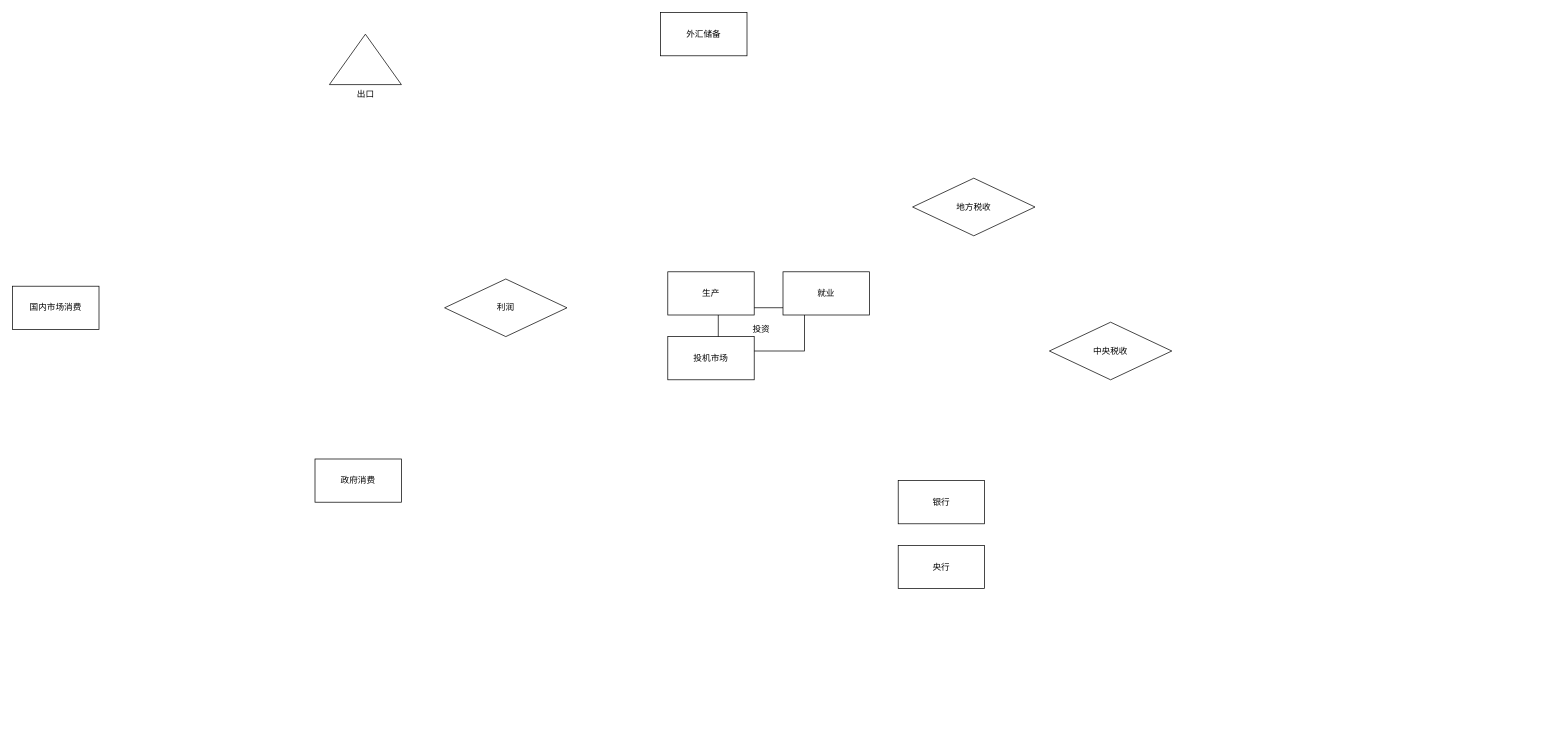
The draw.io diagram Untitled Diagram.drawio in BlackKing-Dio/doc, before the edit. Source tidied: cells renumbered, new cells numbered last; positions are measured from the earlier drawing's top-left corner, leaving out a move shared by most shapes. Both pictures are drawn from the tidied source at 72%, with x=0, y=0 at pixel (12, 12).
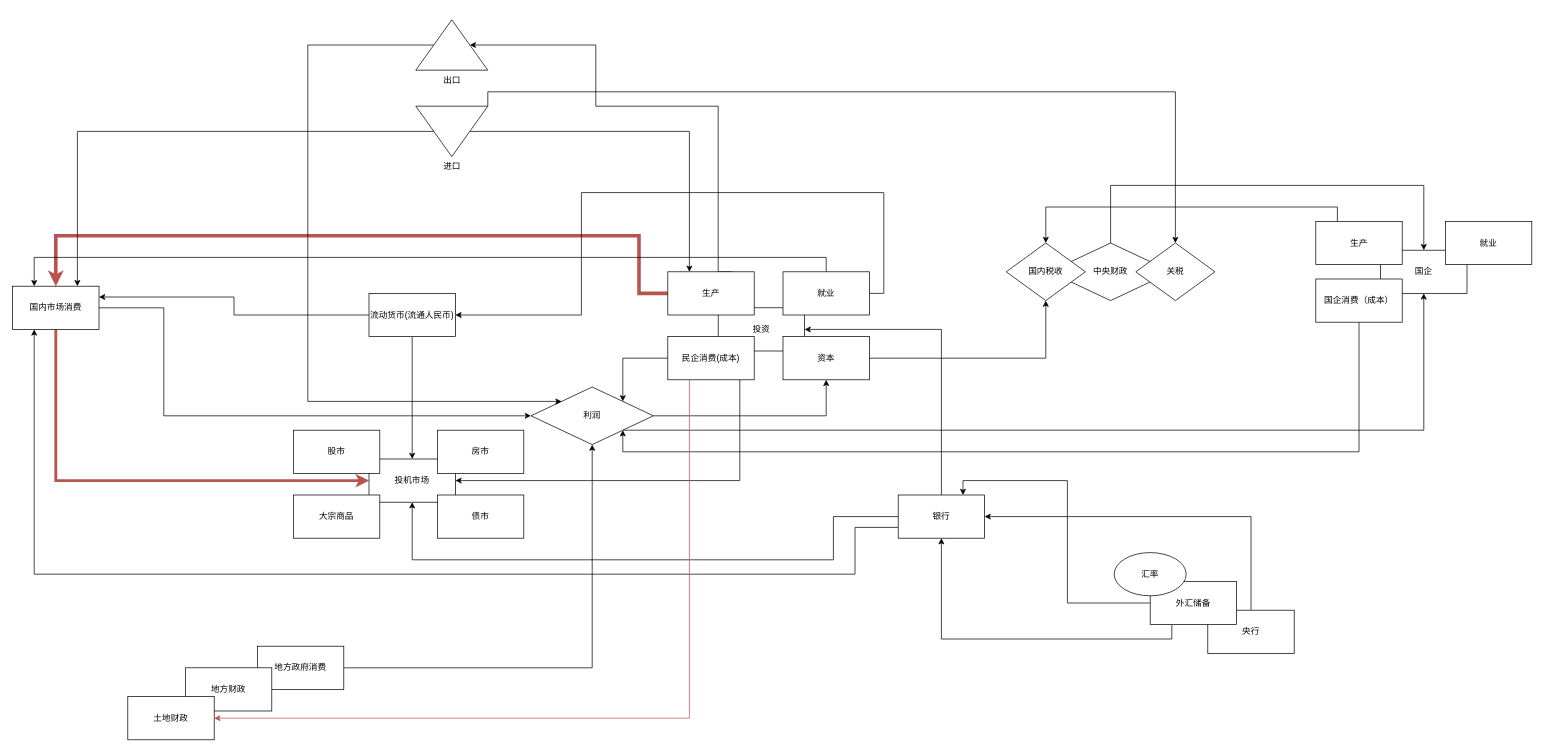
The same diagram, later.

Unchanged cells that the change refers to:
```xml
<mxCell id="2" value="国内市场消费" style="rounded=0;whiteSpace=wrap;html=1;" parent="1" vertex="1">
  <mxGeometry y="380" width="120" height="60" as="geometry" />
</mxCell>
<mxCell id="3" value="投资" style="rounded=0;whiteSpace=wrap;html=1;" parent="1" vertex="1">
  <mxGeometry x="980" y="410" width="120" height="60" as="geometry" />
</mxCell>
<mxCell id="5" value="生产" style="rounded=0;whiteSpace=wrap;html=1;" parent="1" vertex="1">
  <mxGeometry x="910" y="360" width="120" height="60" as="geometry" />
</mxCell>
<mxCell id="13" value="就业" style="rounded=0;whiteSpace=wrap;html=1;" parent="1" vertex="1">
  <mxGeometry x="1070" y="360" width="120" height="60" as="geometry" />
</mxCell>
```

The edit, as a diff of the source:
```diff
@@
+    <mxCell id="15" style="edgeStyle=orthogonalEdgeStyle;rounded=0;jettySize=auto;html=1;exitX=1;exitY=0.5;exitDx=0;exitDy=0;entryX=0;entryY=0.5;entryDx=0;entryDy=0;strokeWidth=1;" parent="1" edge="1" source="2" target="6">
+      <mxGeometry relative="1" as="geometry">
+        <Array as="points">
+          <mxPoint x="210" y="410" />
+          <mxPoint x="210" y="560" />
+        </Array>
+      </mxGeometry>
+    </mxCell>
+    <mxCell id="16" style="edgeStyle=orthogonalEdgeStyle;rounded=0;jettySize=auto;html=1;exitX=0.5;exitY=1;exitDx=0;exitDy=0;entryX=0;entryY=0.5;entryDx=0;entryDy=0;fillColor=#f8cecc;strokeColor=#b85450;strokeWidth=4;" parent="1" edge="1" source="2" target="10">
+      <mxGeometry relative="1" as="geometry" />
+    </mxCell>
@@
+    <mxCell id="17" style="edgeStyle=orthogonalEdgeStyle;rounded=0;jettySize=auto;html=1;exitX=0.25;exitY=1;exitDx=0;exitDy=0;entryX=1;entryY=0.5;entryDx=0;entryDy=0;" parent="1" edge="1" source="3" target="10">
+      <mxGeometry relative="1" as="geometry" />
+    </mxCell>
@@
+    <mxCell id="18" style="edgeStyle=orthogonalEdgeStyle;rounded=0;jettySize=auto;html=1;exitX=1;exitY=0.5;exitDx=0;exitDy=0;entryX=0.5;entryY=1;entryDx=0;entryDy=0;" parent="1" edge="1" source="4" target="6">
+      <mxGeometry relative="1" as="geometry" />
+    </mxCell>
-    <mxCell id="4" value="政府消费" style="rounded=0;whiteSpace=wrap;html=1;" parent="1" vertex="1">
-      <mxGeometry x="420" y="620" width="120" height="60" as="geometry" />
+    <mxCell id="4" value="地方政府消费" style="rounded=0;whiteSpace=wrap;html=1;" parent="1" vertex="1">
+      <mxGeometry x="340" y="880" width="120" height="60" as="geometry" />
     </mxCell>
+    <mxCell id="19" style="edgeStyle=orthogonalEdgeStyle;rounded=0;jettySize=auto;html=1;exitX=0.75;exitY=0;exitDx=0;exitDy=0;entryX=0;entryY=0;entryDx=75;entryDy=35;entryPerimeter=0;" parent="1" edge="1" source="5" target="9">
+      <mxGeometry relative="1" as="geometry">
+        <Array as="points">
+          <mxPoint x="980" y="360" />
+          <mxPoint x="980" y="130" />
+          <mxPoint x="810" y="130" />
+          <mxPoint x="810" y="45" />
+        </Array>
+      </mxGeometry>
+    </mxCell>
+    <mxCell id="20" style="edgeStyle=orthogonalEdgeStyle;rounded=0;jettySize=auto;html=1;exitX=0;exitY=0.5;exitDx=0;exitDy=0;fillColor=#f8cecc;strokeColor=#b85450;strokeWidth=5;" parent="1" edge="1" source="5" target="2">
+      <mxGeometry relative="1" as="geometry">
+        <Array as="points">
+          <mxPoint x="870" y="390" />
+          <mxPoint x="870" y="310" />
+          <mxPoint x="60" y="310" />
+        </Array>
+      </mxGeometry>
+    </mxCell>
@@
+    <mxCell id="21" style="edgeStyle=orthogonalEdgeStyle;rounded=0;jettySize=auto;html=1;exitX=1;exitY=0.5;exitDx=0;exitDy=0;entryX=0.5;entryY=1;entryDx=0;entryDy=0;" parent="1" edge="1" source="6" target="42">
+      <mxGeometry relative="1" as="geometry">
+        <Array as="points">
+          <mxPoint x="1130" y="560" />
+        </Array>
+      </mxGeometry>
+    </mxCell>
+    <mxCell id="22" style="edgeStyle=orthogonalEdgeStyle;rounded=0;jettySize=auto;html=1;exitX=1;exitY=1;exitDx=0;exitDy=0;" parent="1" edge="1" source="6" target="47">
+      <mxGeometry relative="1" as="geometry" />
+    </mxCell>
     <mxCell id="6" value="利润" style="rhombus;whiteSpace=wrap;html=1;" parent="1" vertex="1">
-      <mxGeometry x="600" y="370" width="170" height="80" as="geometry" />
+      <mxGeometry x="720" y="520" width="170" height="80" as="geometry" />
     </mxCell>
-    <mxCell id="7" value="地方税收" style="rhombus;whiteSpace=wrap;html=1;" parent="1" vertex="1">
-      <mxGeometry x="1250" y="230" width="170" height="80" as="geometry" />
-    </mxCell>
+    <mxCell id="23" style="edgeStyle=orthogonalEdgeStyle;rounded=0;jettySize=auto;html=1;exitX=0.5;exitY=0;exitDx=0;exitDy=0;entryX=0.5;entryY=0;entryDx=0;entryDy=0;" parent="1" edge="1" source="8" target="47">
+      <mxGeometry relative="1" as="geometry">
+        <Array as="points">
+          <mxPoint x="1525" y="240" />
+          <mxPoint x="1960" y="240" />
+        </Array>
+      </mxGeometry>
+    </mxCell>
-    <mxCell id="8" value="中央税收" style="rhombus;whiteSpace=wrap;html=1;" parent="1" vertex="1">
-      <mxGeometry x="1440" y="430" width="170" height="80" as="geometry" />
+    <mxCell id="8" value="中央财政" style="rhombus;whiteSpace=wrap;html=1;" parent="1" vertex="1">
+      <mxGeometry x="1440" y="320" width="170" height="80" as="geometry" />
     </mxCell>
+    <mxCell id="24" style="edgeStyle=orthogonalEdgeStyle;rounded=0;jettySize=auto;html=1;exitX=0;exitY=0;exitDx=25;exitDy=35;exitPerimeter=0;entryX=0;entryY=0;entryDx=0;entryDy=0;" parent="1" edge="1" source="9" target="6">
+      <mxGeometry relative="1" as="geometry">
+        <Array as="points">
+          <mxPoint x="410" y="45" />
+          <mxPoint x="410" y="540" />
+        </Array>
+      </mxGeometry>
+    </mxCell>
     <mxCell id="9" value="出口" style="verticalLabelPosition=bottom;verticalAlign=top;html=1;shape=mxgraph.basic.acute_triangle;dx=0.5;" parent="1" vertex="1">
-      <mxGeometry x="440" y="30" width="100" height="70" as="geometry" />
+      <mxGeometry x="560" y="10" width="100" height="70" as="geometry" />
     </mxCell>
     <mxCell id="10" value="投机市场" style="rounded=0;whiteSpace=wrap;html=1;" parent="1" vertex="1">
-      <mxGeometry x="910" y="450" width="120" height="60" as="geometry" />
+      <mxGeometry x="495" y="620" width="120" height="60" as="geometry" />
     </mxCell>
+    <mxCell id="25" style="edgeStyle=orthogonalEdgeStyle;rounded=0;jettySize=auto;html=1;exitX=0.5;exitY=0;exitDx=0;exitDy=0;entryX=1;entryY=0.5;entryDx=0;entryDy=0;" parent="1" edge="1" source="11" target="12">
+      <mxGeometry relative="1" as="geometry" />
+    </mxCell>
     <mxCell id="11" value="央行" style="rounded=0;whiteSpace=wrap;html=1;" parent="1" vertex="1">
-      <mxGeometry x="1230" y="740" width="120" height="60" as="geometry" />
+      <mxGeometry x="1660" y="830" width="120" height="60" as="geometry" />
     </mxCell>
+    <mxCell id="26" style="edgeStyle=orthogonalEdgeStyle;rounded=0;jettySize=auto;html=1;exitX=0.5;exitY=0;exitDx=0;exitDy=0;entryX=1;entryY=0.5;entryDx=0;entryDy=0;" parent="1" edge="1" source="12" target="3">
+      <mxGeometry relative="1" as="geometry" />
+    </mxCell>
+    <mxCell id="27" style="edgeStyle=orthogonalEdgeStyle;rounded=0;jettySize=auto;html=1;exitX=0;exitY=0.5;exitDx=0;exitDy=0;entryX=0.5;entryY=1;entryDx=0;entryDy=0;" parent="1" edge="1" source="12" target="10">
+      <mxGeometry relative="1" as="geometry">
+        <Array as="points">
+          <mxPoint x="1140" y="700" />
+          <mxPoint x="1140" y="760" />
+          <mxPoint x="555" y="760" />
+        </Array>
+      </mxGeometry>
+    </mxCell>
+    <mxCell id="28" style="edgeStyle=orthogonalEdgeStyle;rounded=0;jettySize=auto;html=1;exitX=0;exitY=0.75;exitDx=0;exitDy=0;entryX=0.25;entryY=1;entryDx=0;entryDy=0;" parent="1" edge="1" source="12" target="2">
+      <mxGeometry relative="1" as="geometry">
+        <Array as="points">
+          <mxPoint x="1170" y="715" />
+          <mxPoint x="1170" y="780" />
+          <mxPoint x="30" y="780" />
+        </Array>
+      </mxGeometry>
+    </mxCell>
     <mxCell id="12" value="银行" style="rounded=0;whiteSpace=wrap;html=1;" parent="1" vertex="1">
-      <mxGeometry x="1230" y="650" width="120" height="60" as="geometry" />
+      <mxGeometry x="1230" y="670" width="120" height="60" as="geometry" />
     </mxCell>
+    <mxCell id="29" style="edgeStyle=orthogonalEdgeStyle;rounded=0;jettySize=auto;html=1;exitX=0.5;exitY=0;exitDx=0;exitDy=0;entryX=0.25;entryY=0;entryDx=0;entryDy=0;" parent="1" edge="1" source="13" target="2">
+      <mxGeometry relative="1" as="geometry" />
+    </mxCell>
+    <mxCell id="30" style="edgeStyle=orthogonalEdgeStyle;rounded=0;jettySize=auto;html=1;exitX=1;exitY=0.5;exitDx=0;exitDy=0;entryX=1;entryY=0.5;entryDx=0;entryDy=0;" parent="1" edge="1" source="13" target="45">
+      <mxGeometry relative="1" as="geometry">
+        <Array as="points">
+          <mxPoint x="1210" y="390" />
+          <mxPoint x="1210" y="250" />
+          <mxPoint x="790" y="250" />
+          <mxPoint x="790" y="420" />
+        </Array>
+      </mxGeometry>
+    </mxCell>
@@
+    <mxCell id="31" style="edgeStyle=orthogonalEdgeStyle;rounded=0;jettySize=auto;html=1;entryX=0.75;entryY=0;entryDx=0;entryDy=0;" parent="1" edge="1" source="14" target="12">
+      <mxGeometry relative="1" as="geometry" />
+    </mxCell>
+    <mxCell id="32" style="edgeStyle=orthogonalEdgeStyle;rounded=0;jettySize=auto;html=1;exitX=0.25;exitY=1;exitDx=0;exitDy=0;entryX=0.5;entryY=1;entryDx=0;entryDy=0;" parent="1" edge="1" source="14" target="12">
+      <mxGeometry relative="1" as="geometry" />
+    </mxCell>
     <mxCell id="14" value="外汇储备" style="rounded=0;whiteSpace=wrap;html=1;" parent="1" vertex="1">
-      <mxGeometry x="900" width="120" height="60" as="geometry" />
+      <mxGeometry x="1580" y="790" width="120" height="60" as="geometry" />
     </mxCell>
+    <mxCell id="33" value="地方财政" style="rounded=0;whiteSpace=wrap;html=1;" parent="1" vertex="1">
+      <mxGeometry x="240" y="910" width="120" height="60" as="geometry" />
+    </mxCell>
+    <mxCell id="34" value="土地财政" style="rounded=0;whiteSpace=wrap;html=1;" parent="1" vertex="1">
+      <mxGeometry x="160" y="950" width="120" height="60" as="geometry" />
+    </mxCell>
+    <mxCell id="35" value="关税" style="rhombus;whiteSpace=wrap;html=1;" parent="1" vertex="1">
+      <mxGeometry x="1560" y="320" width="110" height="80" as="geometry" />
+    </mxCell>
+    <mxCell id="36" value="国内税收" style="rhombus;whiteSpace=wrap;html=1;" parent="1" vertex="1">
+      <mxGeometry x="1380" y="320" width="110" height="80" as="geometry" />
+    </mxCell>
+    <mxCell id="37" style="edgeStyle=orthogonalEdgeStyle;rounded=0;jettySize=auto;html=1;exitX=0;exitY=0;exitDx=25;exitDy=35;exitPerimeter=0;entryX=0.25;entryY=0;entryDx=0;entryDy=0;" parent="1" edge="1" source="40" target="5">
+      <mxGeometry relative="1" as="geometry" />
+    </mxCell>
+    <mxCell id="38" style="edgeStyle=orthogonalEdgeStyle;rounded=0;jettySize=auto;html=1;exitX=0;exitY=0;exitDx=75;exitDy=35;exitPerimeter=0;entryX=0.75;entryY=0;entryDx=0;entryDy=0;" parent="1" edge="1" source="40" target="2">
+      <mxGeometry relative="1" as="geometry" />
+    </mxCell>
+    <mxCell id="39" style="edgeStyle=orthogonalEdgeStyle;rounded=0;jettySize=auto;html=1;exitX=0;exitY=1;exitDx=0;exitDy=0;exitPerimeter=0;" parent="1" edge="1" source="40" target="35">
+      <mxGeometry relative="1" as="geometry" />
+    </mxCell>
+    <mxCell id="40" value="进口" style="verticalLabelPosition=bottom;verticalAlign=top;html=1;shape=mxgraph.basic.acute_triangle;dx=0.5;direction=west;" parent="1" vertex="1">
+      <mxGeometry x="560" y="130" width="100" height="70" as="geometry" />
+    </mxCell>
+    <mxCell id="41" style="edgeStyle=orthogonalEdgeStyle;rounded=0;jettySize=auto;html=1;exitX=1;exitY=0.5;exitDx=0;exitDy=0;entryX=0.5;entryY=1;entryDx=0;entryDy=0;" parent="1" edge="1" source="42" target="36">
+      <mxGeometry relative="1" as="geometry" />
+    </mxCell>
+    <mxCell id="42" value="资本" style="rounded=0;whiteSpace=wrap;html=1;" parent="1" vertex="1">
+      <mxGeometry x="1070" y="450" width="120" height="60" as="geometry" />
+    </mxCell>
+    <mxCell id="43" style="edgeStyle=orthogonalEdgeStyle;rounded=0;jettySize=auto;html=1;exitX=0;exitY=0.5;exitDx=0;exitDy=0;entryX=1;entryY=0.25;entryDx=0;entryDy=0;" parent="1" edge="1" source="45" target="2">
+      <mxGeometry relative="1" as="geometry" />
+    </mxCell>
+    <mxCell id="44" style="edgeStyle=orthogonalEdgeStyle;rounded=0;jettySize=auto;html=1;exitX=0.5;exitY=1;exitDx=0;exitDy=0;" parent="1" edge="1" source="45" target="10">
+      <mxGeometry relative="1" as="geometry" />
+    </mxCell>
+    <mxCell id="45" value="流动货币(流通人民币)" style="rounded=0;whiteSpace=wrap;html=1;" parent="1" vertex="1">
+      <mxGeometry x="495" y="390" width="120" height="60" as="geometry" />
+    </mxCell>
+    <mxCell id="46" value="汇率" style="ellipse;whiteSpace=wrap;html=1;" parent="1" vertex="1">
+      <mxGeometry x="1530" y="750" width="100" height="60" as="geometry" />
+    </mxCell>
+    <mxCell id="47" value="国企" style="rounded=0;whiteSpace=wrap;html=1;" parent="1" vertex="1">
+      <mxGeometry x="1900" y="330" width="120" height="60" as="geometry" />
+    </mxCell>
+    <mxCell id="48" style="edgeStyle=orthogonalEdgeStyle;rounded=0;jettySize=auto;html=1;exitX=0.5;exitY=1;exitDx=0;exitDy=0;entryX=1;entryY=1;entryDx=0;entryDy=0;" parent="1" edge="1" source="49" target="6">
+      <mxGeometry relative="1" as="geometry">
+        <Array as="points">
+          <mxPoint x="1870" y="610" />
+          <mxPoint x="848" y="610" />
+        </Array>
+      </mxGeometry>
+    </mxCell>
+    <mxCell id="49" value="国企消费（成本）" style="rounded=0;whiteSpace=wrap;html=1;" parent="1" vertex="1">
+      <mxGeometry x="1810" y="370" width="120" height="60" as="geometry" />
+    </mxCell>
+    <mxCell id="50" style="edgeStyle=orthogonalEdgeStyle;rounded=0;jettySize=auto;html=1;exitX=0;exitY=0.5;exitDx=0;exitDy=0;entryX=1;entryY=0;entryDx=0;entryDy=0;" parent="1" edge="1" source="52" target="6">
+      <mxGeometry relative="1" as="geometry" />
+    </mxCell>
+    <mxCell id="51" style="edgeStyle=orthogonalEdgeStyle;rounded=0;jettySize=auto;html=1;exitX=0.25;exitY=1;exitDx=0;exitDy=0;entryX=1;entryY=0.5;entryDx=0;entryDy=0;fillColor=#f8cecc;strokeColor=#b85450;strokeWidth=1;" parent="1" edge="1" source="52" target="34">
+      <mxGeometry relative="1" as="geometry" />
+    </mxCell>
+    <mxCell id="52" value="民企消费(成本)" style="rounded=0;whiteSpace=wrap;html=1;" parent="1" vertex="1">
+      <mxGeometry x="910" y="450" width="120" height="60" as="geometry" />
+    </mxCell>
+    <mxCell id="53" value="股市" style="rounded=0;whiteSpace=wrap;html=1;" parent="1" vertex="1">
+      <mxGeometry x="390" y="580" width="120" height="60" as="geometry" />
+    </mxCell>
+    <mxCell id="54" value="房市" style="rounded=0;whiteSpace=wrap;html=1;" parent="1" vertex="1">
+      <mxGeometry x="590" y="580" width="120" height="60" as="geometry" />
+    </mxCell>
+    <mxCell id="55" value="大宗商品" style="rounded=0;whiteSpace=wrap;html=1;" parent="1" vertex="1">
+      <mxGeometry x="390" y="670" width="120" height="60" as="geometry" />
+    </mxCell>
+    <mxCell id="56" value="就业" style="rounded=0;whiteSpace=wrap;html=1;" parent="1" vertex="1">
+      <mxGeometry x="1990" y="290" width="120" height="60" as="geometry" />
+    </mxCell>
+    <mxCell id="57" style="edgeStyle=orthogonalEdgeStyle;rounded=0;jettySize=auto;html=1;exitX=0.25;exitY=0;exitDx=0;exitDy=0;entryX=0.5;entryY=0;entryDx=0;entryDy=0;" parent="1" edge="1" source="58" target="36">
+      <mxGeometry relative="1" as="geometry" />
+    </mxCell>
+    <mxCell id="58" value="生产" style="rounded=0;whiteSpace=wrap;html=1;" parent="1" vertex="1">
+      <mxGeometry x="1810" y="290" width="120" height="60" as="geometry" />
+    </mxCell>
+    <mxCell id="59" value="债市" style="rounded=0;whiteSpace=wrap;html=1;" parent="1" vertex="1">
+      <mxGeometry x="590" y="670" width="120" height="60" as="geometry" />
+    </mxCell>
```
